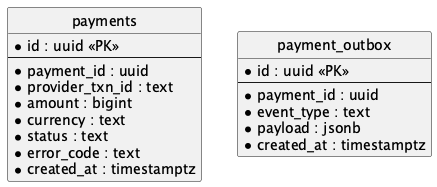
krsvyat/system-design keeps this PlantUML diagram as diagrams/erd/erd-payment.png. Above is the earlier version.
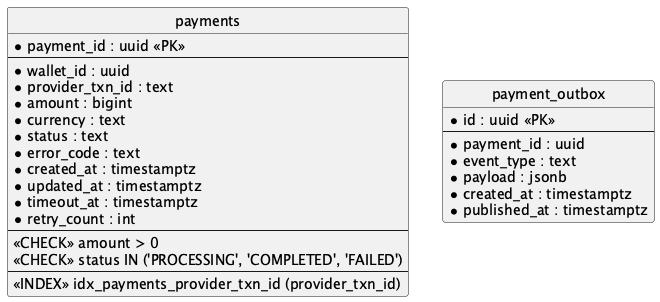
Above is the later version.

What changed in the source:
```diff
@@ -2,15 +2,23 @@
 hide circle
 
 entity "payments" {
-  * id : uuid <<PK>>
+  * payment_id : uuid <<PK>>
   --
-  * payment_id : uuid
+  * wallet_id : uuid
   * provider_txn_id : text
   * amount : bigint
   * currency : text
   * status : text
   * error_code : text
   * created_at : timestamptz
+  * updated_at : timestamptz
+  * timeout_at : timestamptz
+  * retry_count : int
+  --
+  <<CHECK>> amount > 0
+  <<CHECK>> status IN ('PROCESSING', 'COMPLETED', 'FAILED')
+  --
+  <<INDEX>> idx_payments_provider_txn_id (provider_txn_id)
 }
 
 entity "payment_outbox" {
@@ -20,6 +28,7 @@
   * event_type : text
   * payload : jsonb
   * created_at : timestamptz
+  * published_at : timestamptz
 }
 
 @enduml
```
